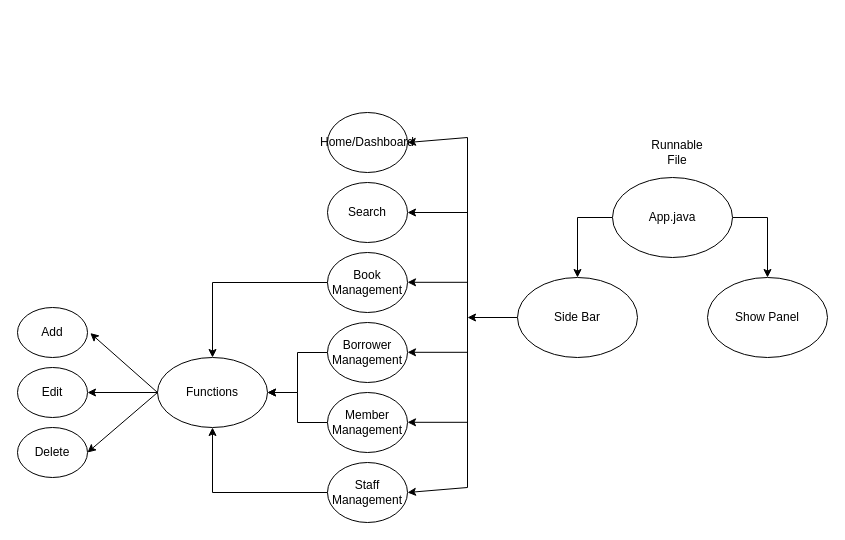
This is Library-Management-System-V2/src/LibraryManagementSystemV2.drawio from zzakeli/Library-Management-System-V2, a draw.io file, before an edit. Source tidied: cells renumbered, new cells numbered last; positions are measured from the earlier drawing's top-left corner, leaving out a move shared by most shapes. Both pictures are drawn from the tidied source at 100%, with x=0, y=0 at pixel (17, 112).
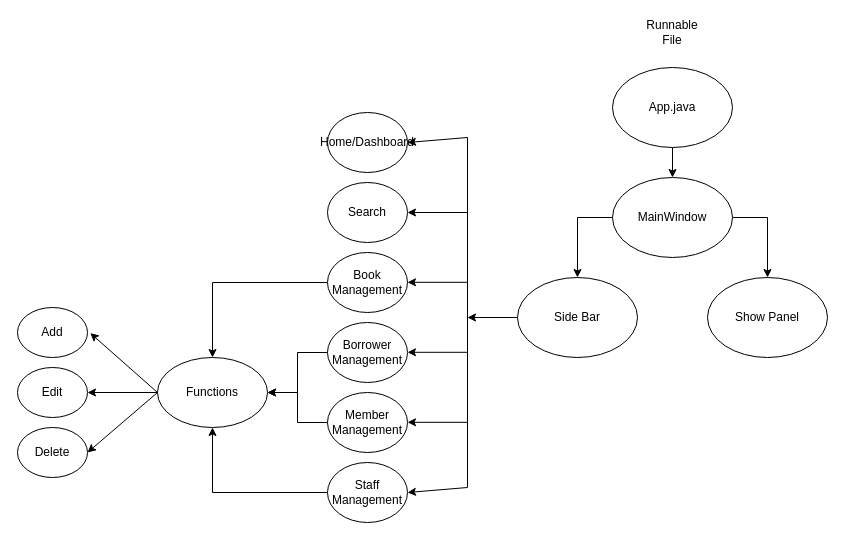
Above is the later version.

The edit, as a diff of the source:
```diff
@@
-    <mxCell id="4" value="&lt;div&gt;App.java&lt;/div&gt;" style="ellipse;whiteSpace=wrap;html=1;" parent="1" vertex="1">
+    <mxCell id="4" value="&lt;div&gt;MainWindow&lt;/div&gt;" style="ellipse;whiteSpace=wrap;html=1;" parent="1" vertex="1">
       <mxGeometry x="595" y="65" width="120" height="80" as="geometry" />
     </mxCell>
     <mxCell id="5" value="Runnable File" style="text;strokeColor=none;align=center;fillColor=none;html=1;verticalAlign=middle;whiteSpace=wrap;rounded=0;" parent="1" vertex="1">
-      <mxGeometry x="630" y="25" width="60" height="30" as="geometry" />
+      <mxGeometry x="625" y="-95" width="60" height="30" as="geometry" />
     </mxCell>
@@
+    <mxCell id="33" style="edgeStyle=orthogonalEdgeStyle;rounded=0;jettySize=auto;html=1;" parent="1" edge="1" source="34" target="4">
+      <mxGeometry relative="1" as="geometry" />
+    </mxCell>
+    <mxCell id="34" value="App.java" style="ellipse;whiteSpace=wrap;html=1;" parent="1" vertex="1">
+      <mxGeometry x="595" y="-45" width="120" height="80" as="geometry" />
+    </mxCell>
```
